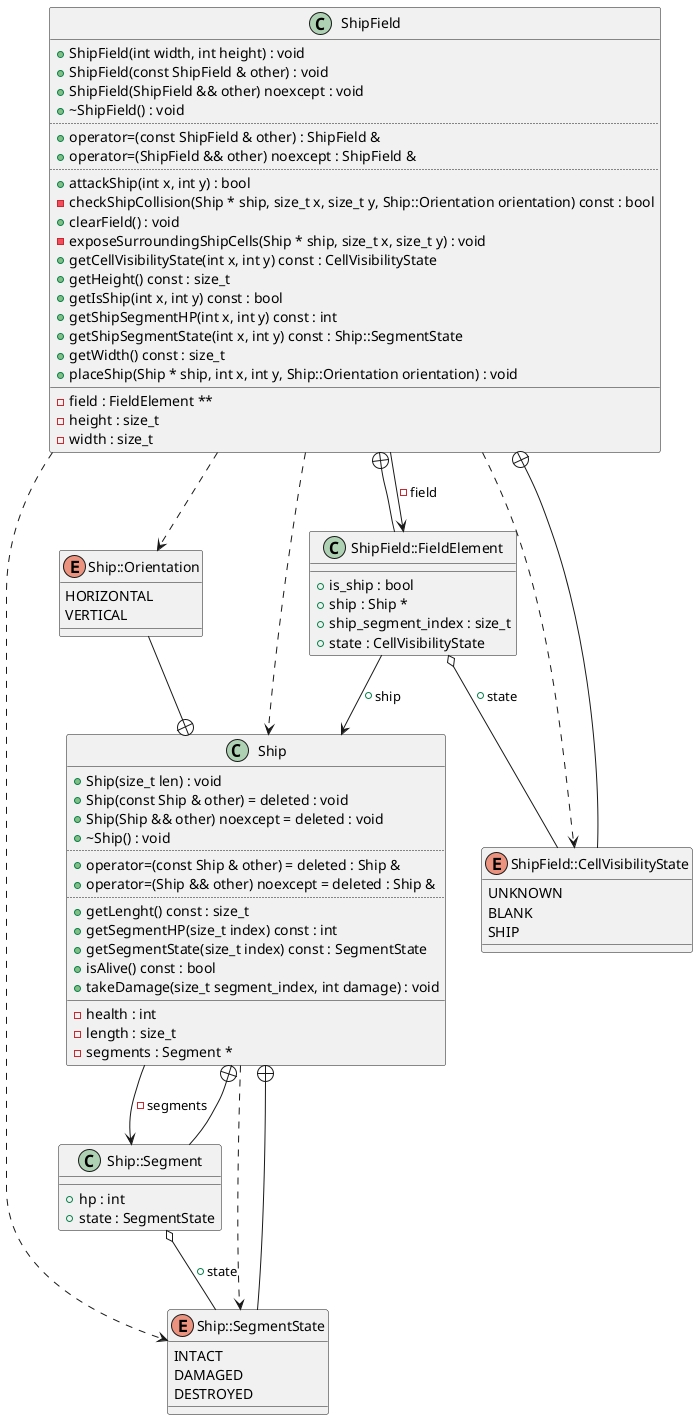
Above: diagrams/ShipField.png in Rennelv/ships (PlantUML), before the change.
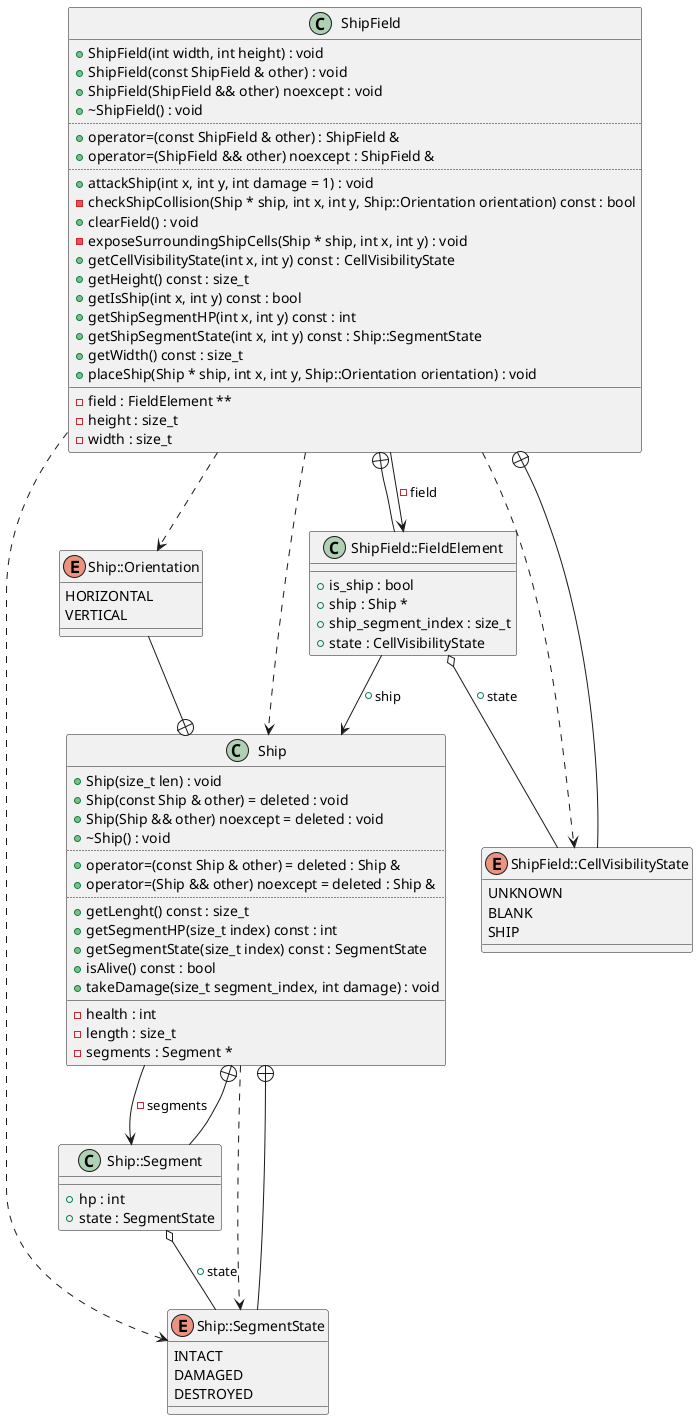
The same file after the commit.

Change to the diagram source:
```diff
@@ -46,10 +46,10 @@
 +operator=(const ShipField & other) : ShipField &
 +operator=(ShipField && other) noexcept : ShipField &
 ..
-+attackShip(int x, int y) : bool
--checkShipCollision(Ship * ship, size_t x, size_t y, Ship::Orientation orientation) const : bool
++attackShip(int x, int y, int damage = 1) : void
+-checkShipCollision(Ship * ship, int x, int y, Ship::Orientation orientation) const : bool
 +clearField() : void
--exposeSurroundingShipCells(Ship * ship, size_t x, size_t y) : void
+-exposeSurroundingShipCells(Ship * ship, int x, int y) : void
 +getCellVisibilityState(int x, int y) const : CellVisibilityState
 +getHeight() const : size_t
 +getIsShip(int x, int y) const : bool
```
